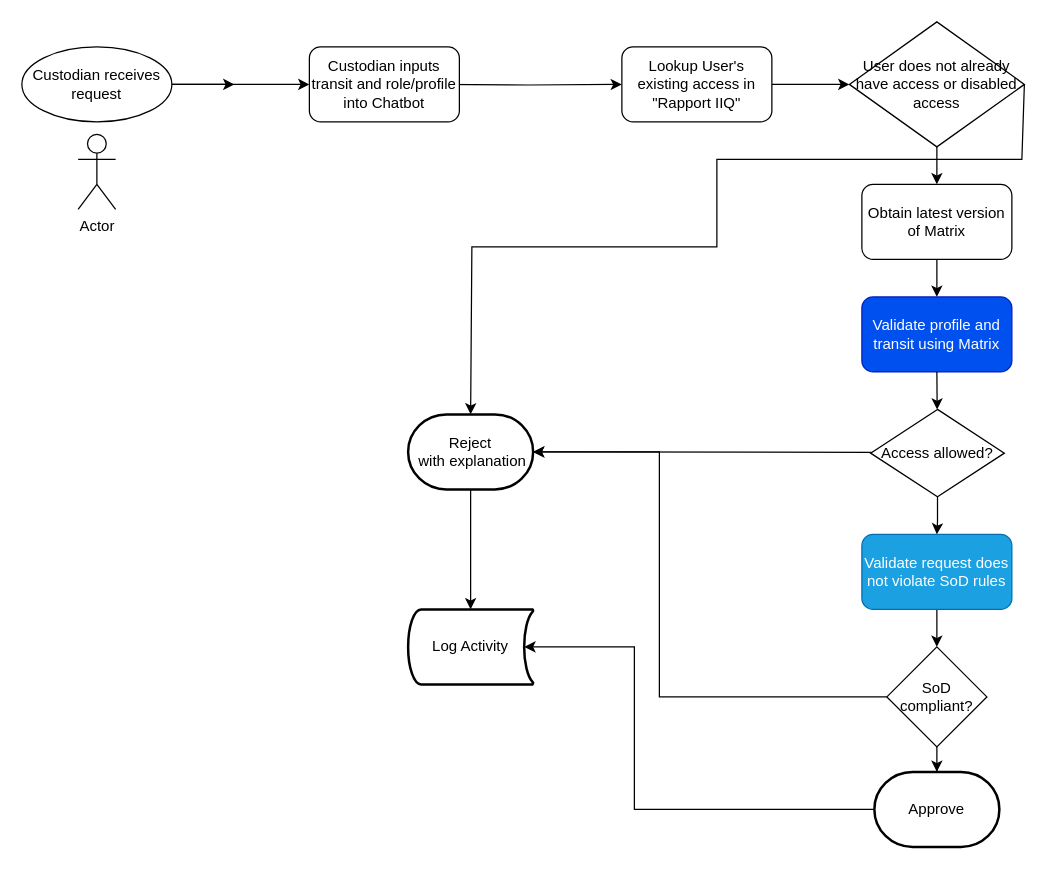
Before: CustodianWorkflow.drawio in michaelbarbara/ai-agents-for-beginners, a draw.io diagram. Source tidied: cells renumbered, new cells numbered last; positions are measured from the earlier drawing's top-left corner, leaving out a move shared by most shapes. Both pictures are drawn from the tidied source at 125%, with x=0, y=0 at pixel (21, 21).
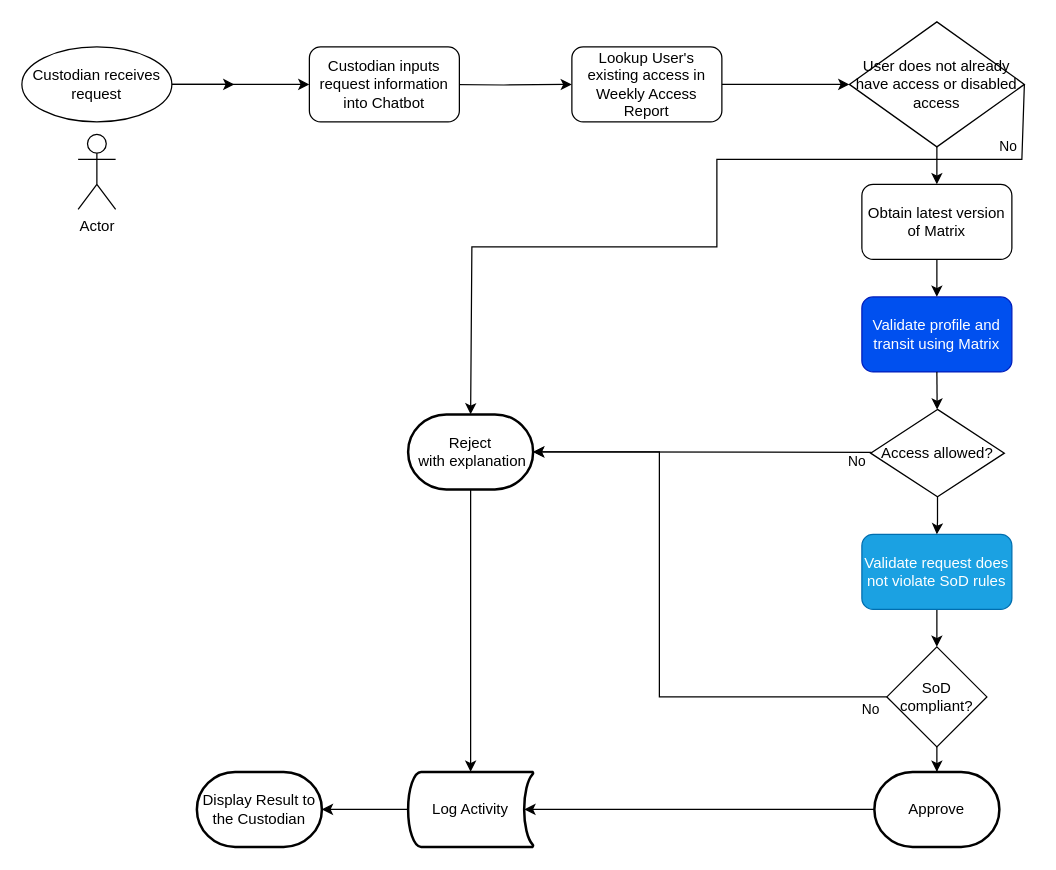
Above is the later version.

The change refers to these unchanged cells:
```xml
<mxCell id="16" value="Approve" style="strokeWidth=2;html=1;shape=mxgraph.flowchart.terminator;whiteSpace=wrap;" parent="1" vertex="1">
  <mxGeometry x="682" y="600" width="100" height="60" as="geometry" />
</mxCell>
<mxCell id="18" style="endArrow=classic;html=1;rounded=0;exitX=1;exitY=0.5;exitDx=0;exitDy=0;entryX=0.5;entryY=0;entryDx=0;entryDy=0;entryPerimeter=0;" parent="1" edge="1" source="10" target="21">
  <mxGeometry relative="1" as="geometry">
    <Array as="points">
      <mxPoint x="800" y="110" />
      <mxPoint x="556" y="110" />
      <mxPoint x="556" y="180" />
      <mxPoint x="466" y="180" />
      <mxPoint x="360" y="180" />
    </Array>
  </mxGeometry>
</mxCell>
```

Diff of the diagram source:
```diff
@@
+    <mxCell id="30" style="edgeStyle=orthogonalEdgeStyle;rounded=0;jettySize=auto;html=1;" parent="1" edge="1" source="17" target="34">
+      <mxGeometry relative="1" as="geometry" />
+    </mxCell>
     <mxCell id="17" value="Log Activity" style="strokeWidth=2;html=1;shape=mxgraph.flowchart.stored_data;whiteSpace=wrap;" parent="1" vertex="1">
-      <mxGeometry x="309" y="470" width="100" height="60" as="geometry" />
+      <mxGeometry x="309" y="600" width="100" height="60" as="geometry" />
     </mxCell>
@@
+    <mxCell id="31" value="&lt;div&gt;No&lt;/div&gt;" style="edgeLabel;html=1;align=center;verticalAlign=middle;" parent="18" vertex="1">
+      <mxGeometry x="0.47" y="1" relative="1" as="geometry">
+        <mxPoint x="254" y="170" as="offset" />
+      </mxGeometry>
+    </mxCell>
@@
-    <mxCell id="20" value="Lookup User's existing access in &quot;Rapport IIQ&quot;" style="rounded=1;whiteSpace=wrap;html=1;" parent="1" vertex="1">
-      <mxGeometry x="480" y="20" width="120" height="60" as="geometry" />
+    <mxCell id="20" value="Lookup User's existing access in Weekly Access Report" style="rounded=1;whiteSpace=wrap;html=1;" parent="1" vertex="1">
+      <mxGeometry x="440" y="20" width="120" height="60" as="geometry" />
     </mxCell>
@@
     <mxCell id="24" style="endArrow=classic;html=1;rounded=0;exitX=0;exitY=0.5;exitDx=0;exitDy=0;exitPerimeter=0;entryX=0.93;entryY=0.5;entryDx=0;entryDy=0;entryPerimeter=0;" parent="1" edge="1" source="16" target="17">
       <mxGeometry relative="1" as="geometry">
         <Array as="points">
           <mxPoint x="490" y="630" />
-          <mxPoint x="490" y="500" />
         </Array>
       </mxGeometry>
     </mxCell>
@@
-    <mxCell id="29" value="Custodian inputs transit and role/profile into Chatbot" style="rounded=1;whiteSpace=wrap;html=1;" parent="1" vertex="1">
+    <mxCell id="29" value="Custodian inputs request information into Chatbot" style="rounded=1;whiteSpace=wrap;html=1;" parent="1" vertex="1">
       <mxGeometry x="230" y="20" width="120" height="60" as="geometry" />
     </mxCell>
+    <mxCell id="32" value="&lt;div&gt;No&lt;/div&gt;" style="edgeLabel;html=1;align=center;verticalAlign=middle;" parent="1" vertex="1">
+      <mxGeometry x="385" y="130" as="geometry">
+        <mxPoint x="403" y="-31" as="offset" />
+      </mxGeometry>
+    </mxCell>
+    <mxCell id="33" value="&lt;div&gt;No&lt;/div&gt;" style="edgeLabel;html=1;align=center;verticalAlign=middle;" parent="1" vertex="1">
+      <mxGeometry x="713" y="390" as="geometry">
+        <mxPoint x="-35" y="159" as="offset" />
+      </mxGeometry>
+    </mxCell>
+    <mxCell id="34" value="Display Result to the Custodian" style="strokeWidth=2;html=1;shape=mxgraph.flowchart.terminator;whiteSpace=wrap;" parent="1" vertex="1">
+      <mxGeometry x="140" y="600" width="100" height="60" as="geometry" />
+    </mxCell>
```
